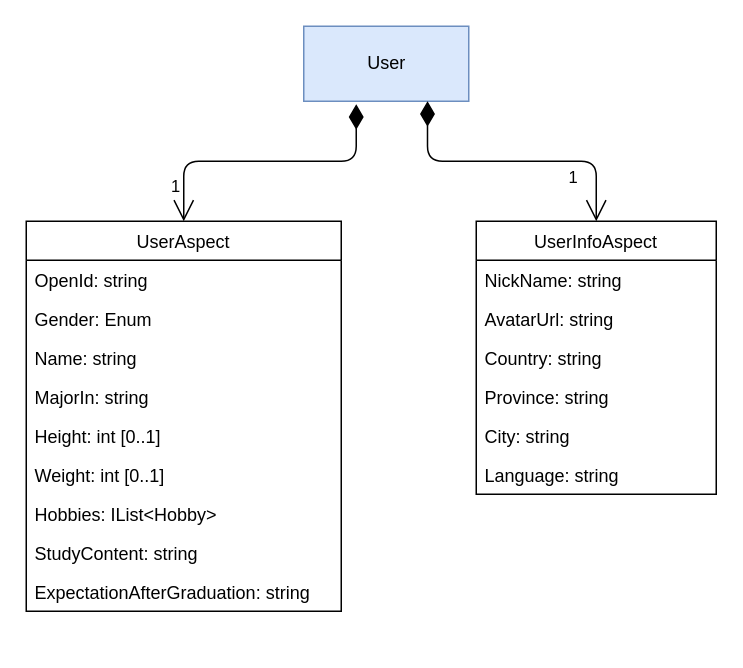
Above: UML/User.drawio in sdlfly2000/MindBridgeCampServer (draw.io), before the change. Source tidied: cells renumbered, new cells numbered last; positions are measured from the earlier drawing's top-left corner, leaving out a move shared by most shapes. Both pictures are drawn from the tidied source at 150%, with x=0, y=0 at pixel (26, 26).
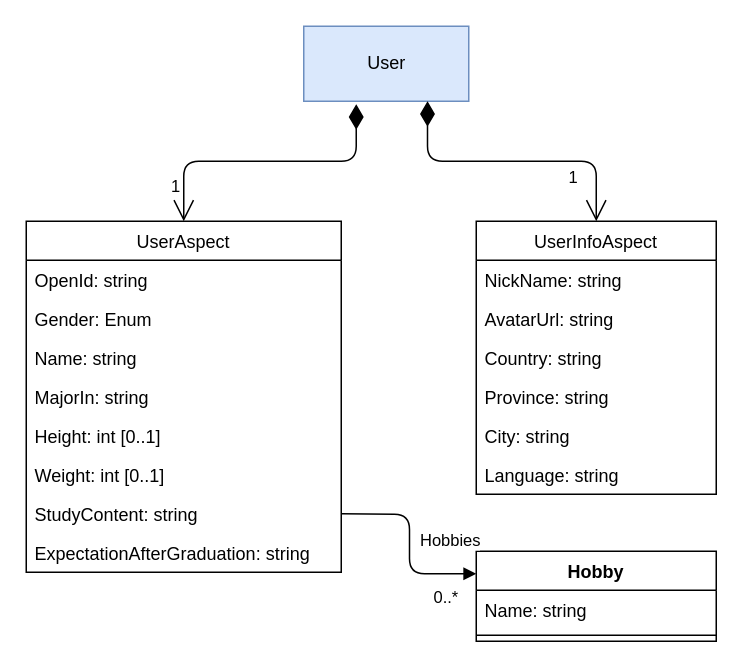
Above is the later version.

Commit message:
Update User UML for Hobby

Change to the diagram source:
```diff
@@
     <mxCell id="2" value="UserAspect" style="swimlane;fontStyle=0;horizontal=1;startSize=26;fillColor=none;" parent="1" vertex="1">
-      <mxGeometry y="130" width="210" height="260" as="geometry" />
+      <mxGeometry y="130" width="210" height="234" as="geometry" />
     </mxCell>
@@
-    <mxCell id="9" value="Hobbies: IList&lt;Hobby&gt;" style="text;strokeColor=none;fillColor=none;align=left;verticalAlign=top;spacingLeft=4;spacingRight=4;overflow=hidden;" parent="2" vertex="1">
-      <mxGeometry y="182" width="210" height="26" as="geometry" />
-    </mxCell>
     <mxCell id="10" value="StudyContent: string" style="text;strokeColor=none;fillColor=none;align=left;verticalAlign=top;spacingLeft=4;spacingRight=4;overflow=hidden;" parent="2" vertex="1">
-      <mxGeometry y="208" width="210" height="26" as="geometry" />
+      <mxGeometry y="182" width="210" height="26" as="geometry" />
     </mxCell>
     <mxCell id="11" value="ExpectationAfterGraduation: string" style="text;strokeColor=none;fillColor=none;align=left;verticalAlign=top;spacingLeft=4;spacingRight=4;overflow=hidden;" parent="2" vertex="1">
-      <mxGeometry y="234" width="210" height="26" as="geometry" />
+      <mxGeometry y="208" width="210" height="26" as="geometry" />
     </mxCell>
@@
+    <mxCell id="22" value="Hobby" style="swimlane;fontStyle=1;align=center;verticalAlign=top;horizontal=1;startSize=26;" parent="1" vertex="1">
+      <mxGeometry x="300" y="350" width="160" height="60" as="geometry" />
+    </mxCell>
+    <mxCell id="23" value="Name: string" style="text;strokeColor=none;fillColor=none;align=left;verticalAlign=top;spacingLeft=4;spacingRight=4;overflow=hidden;" parent="22" vertex="1">
+      <mxGeometry y="26" width="160" height="26" as="geometry" />
+    </mxCell>
+    <mxCell id="24" style="line;strokeWidth=1;fillColor=none;align=left;verticalAlign=middle;spacingTop=-1;spacingLeft=3;spacingRight=3;labelPosition=right;" parent="22" vertex="1">
+      <mxGeometry y="52" width="160" height="8" as="geometry" />
+    </mxCell>
+    <mxCell id="25" value="Hobbies" style="endArrow=block;endFill=1;html=1;edgeStyle=orthogonalEdgeStyle;align=left;verticalAlign=top;exitX=1;exitY=0.5;exitDx=0;exitDy=0;entryX=0;entryY=0.25;entryDx=0;entryDy=0;" parent="1" edge="1" target="22">
+      <mxGeometry x="-0.23" y="5" relative="1" as="geometry">
+        <mxPoint x="210" y="325" as="sourcePoint" />
+      </mxGeometry>
+    </mxCell>
+    <mxCell id="26" value="0..*" style="edgeLabel;html=1;align=left;verticalAlign=bottom;" parent="25" vertex="1">
+      <mxGeometry x="-1" relative="1" as="geometry">
+        <mxPoint x="60" y="64" as="offset" />
+      </mxGeometry>
+    </mxCell>
```
